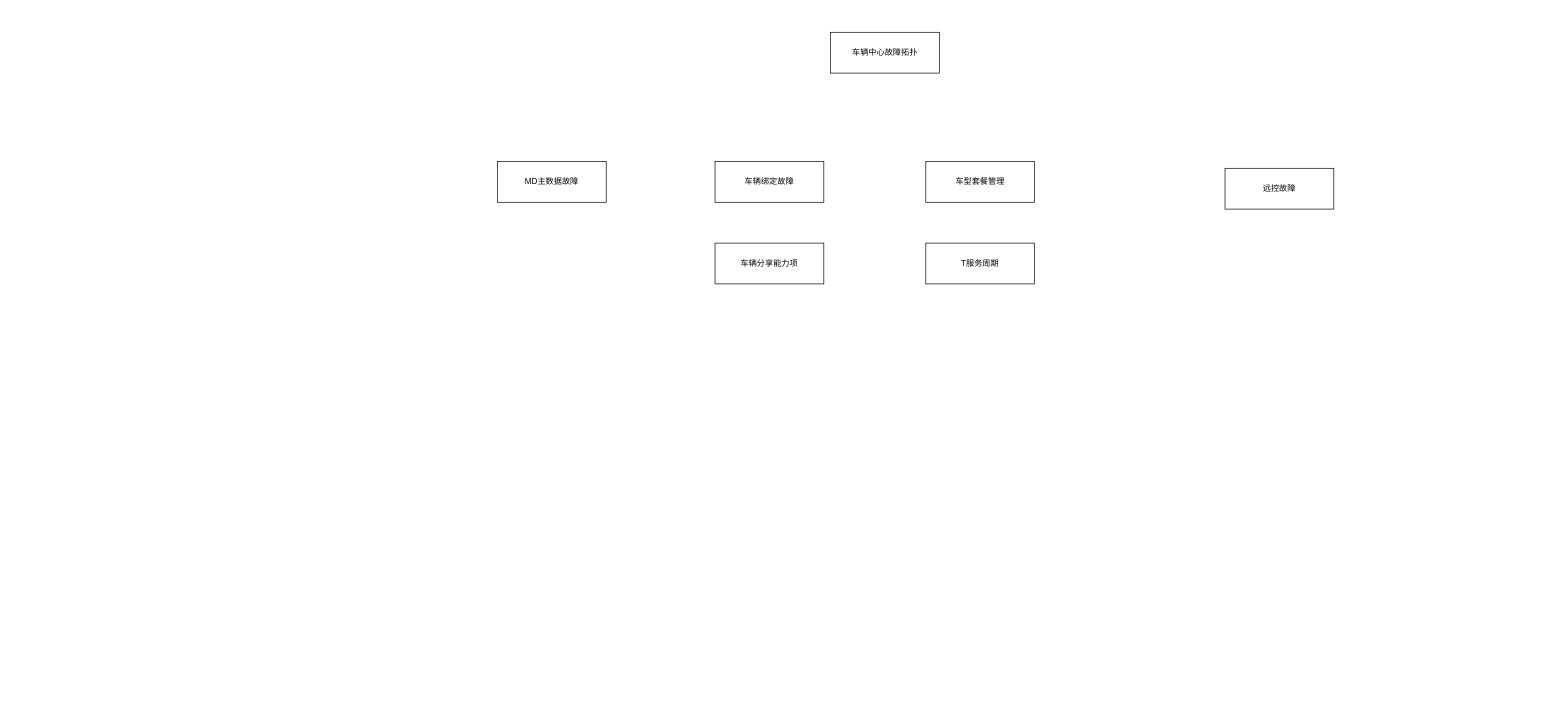
tengxiao/zabbix-report keeps this draw.io diagram as 车辆中心故障拓扑.drawio. Above is the earlier version. Source tidied: cells renumbered, new cells numbered last; positions are measured from the earlier drawing's top-left corner, leaving out a move shared by most shapes. Both pictures are drawn from the tidied source at 68%, with x=0, y=0 at pixel (497, 32). Pictures stored in the file or linked from it are replaced by grey dashed boxes.
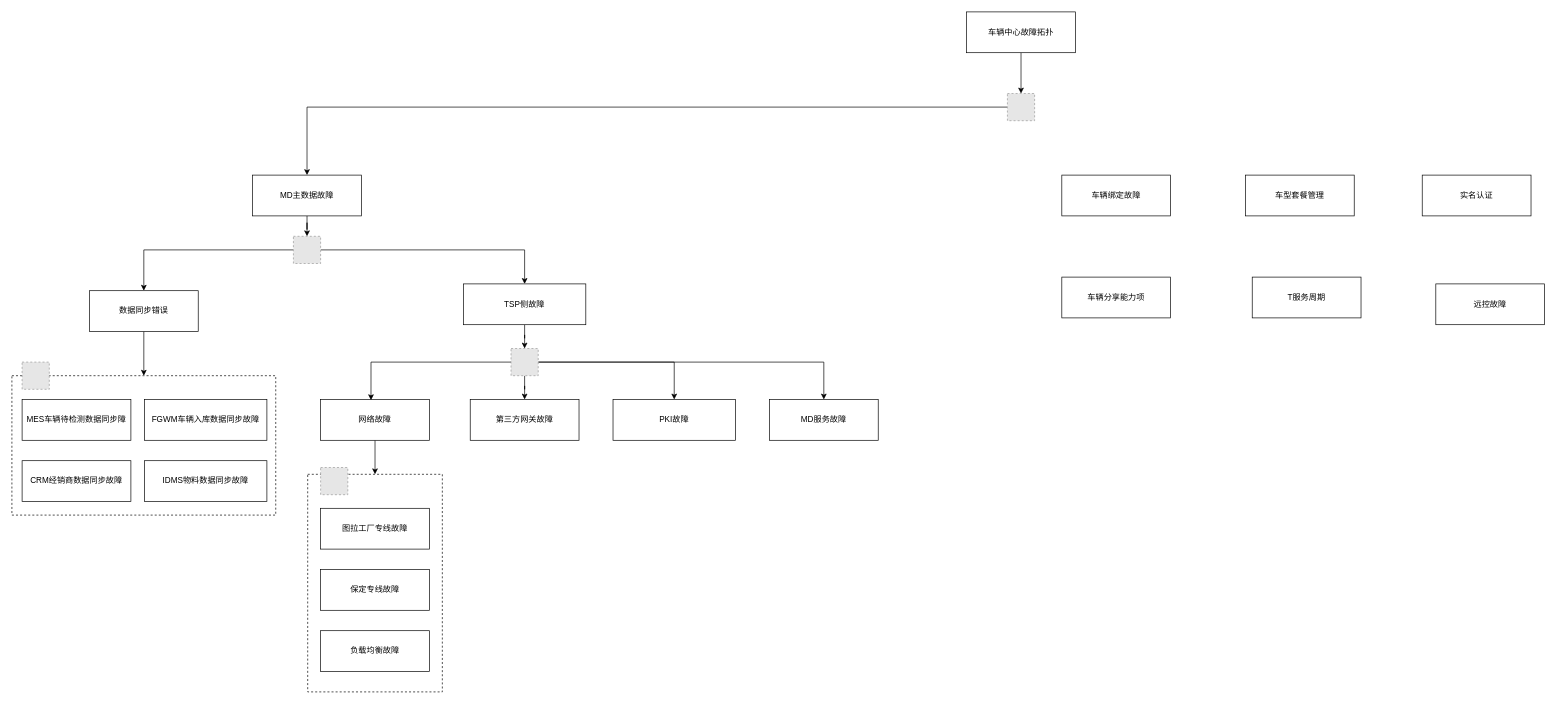
Above is the later version.

Commit message:
更新车辆中心故障拓扑.drawio

What changed in the source:
```diff
@@
+    <mxCell id="9" style="rounded=0;whiteSpace=wrap;html=1;dashed=1;" parent="1" vertex="1">
+      <mxGeometry x="-279" y="650" width="198" height="320" as="geometry" />
+    </mxCell>
+    <mxCell id="10" style="rounded=0;whiteSpace=wrap;html=1;dashed=1;" parent="1" vertex="1">
+      <mxGeometry x="-714" y="505" width="388" height="205" as="geometry" />
+    </mxCell>
+    <mxCell id="11" style="edgeStyle=orthogonalEdgeStyle;rounded=0;jettySize=auto;html=1;" parent="1" edge="1" source="2" target="15">
+      <mxGeometry relative="1" as="geometry" />
+    </mxCell>
     <mxCell id="2" value="车辆中心故障拓扑" style="whiteSpace=wrap;html=1;" parent="1" vertex="1">
-      <mxGeometry x="490" width="160" height="60" as="geometry" />
+      <mxGeometry x="690" y="-30" width="160" height="60" as="geometry" />
     </mxCell>
+    <mxCell id="12" style="edgeStyle=orthogonalEdgeStyle;rounded=0;jettySize=auto;html=1;" parent="1" edge="1" source="3" target="20">
+      <mxGeometry relative="1" as="geometry" />
+    </mxCell>
     <mxCell id="3" value="MD主数据故障" style="whiteSpace=wrap;html=1;" parent="1" vertex="1">
-      <mxGeometry y="190" width="160" height="60" as="geometry" />
+      <mxGeometry x="-360" y="210" width="160" height="60" as="geometry" />
     </mxCell>
     <mxCell id="4" value="远控故障" style="whiteSpace=wrap;html=1;" parent="1" vertex="1">
-      <mxGeometry x="1070" y="200" width="160" height="60" as="geometry" />
+      <mxGeometry x="1380" y="370" width="160" height="60" as="geometry" />
     </mxCell>
     <mxCell id="5" value="车辆绑定故障" style="whiteSpace=wrap;html=1;" parent="1" vertex="1">
-      <mxGeometry x="320" y="190" width="160" height="60" as="geometry" />
+      <mxGeometry x="830" y="210" width="160" height="60" as="geometry" />
     </mxCell>
     <mxCell id="6" value="车型套餐管理" style="whiteSpace=wrap;html=1;" parent="1" vertex="1">
-      <mxGeometry x="630" y="190" width="160" height="60" as="geometry" />
+      <mxGeometry x="1100" y="210" width="160" height="60" as="geometry" />
     </mxCell>
     <mxCell id="7" value="T服务周期" style="whiteSpace=wrap;html=1;" parent="1" vertex="1">
-      <mxGeometry x="630" y="310" width="160" height="60" as="geometry" />
+      <mxGeometry x="1110" y="360" width="160" height="60" as="geometry" />
     </mxCell>
     <mxCell id="8" value="车辆分享能力项" style="whiteSpace=wrap;html=1;" parent="1" vertex="1">
-      <mxGeometry x="320" y="310" width="160" height="60" as="geometry" />
+      <mxGeometry x="830" y="360" width="160" height="60" as="geometry" />
     </mxCell>
+    <mxCell id="13" value="实名认证" style="whiteSpace=wrap;html=1;" parent="1" vertex="1">
+      <mxGeometry x="1360" y="210" width="160" height="60" as="geometry" />
+    </mxCell>
+    <mxCell id="14" style="edgeStyle=orthogonalEdgeStyle;rounded=0;jettySize=auto;html=1;" parent="1" edge="1" source="15" target="3">
+      <mxGeometry relative="1" as="geometry" />
+    </mxCell>
+    <mxCell id="15" style="fillColor=#E6E6E6;strokeColor=#999999;dashed=1;verticalLabelPosition=bottom;verticalAlign=top;" parent="1" vertex="1">
+      <mxGeometry x="750" y="90" width="40" height="40" as="geometry" />
+    </mxCell>
+    <mxCell id="16" value="MES车辆待检测数据同步障" style="whiteSpace=wrap;html=1;" parent="1" vertex="1">
+      <mxGeometry x="-699" y="540" width="160" height="60" as="geometry" />
+    </mxCell>
+    <mxCell id="17" value="CRM经销商数据同步故障" style="whiteSpace=wrap;html=1;" parent="1" vertex="1">
+      <mxGeometry x="-699" y="630" width="160" height="60" as="geometry" />
+    </mxCell>
+    <mxCell id="18" style="edgeStyle=orthogonalEdgeStyle;rounded=0;jettySize=auto;html=1;" parent="1" edge="1" source="20" target="27">
+      <mxGeometry relative="1" as="geometry" />
+    </mxCell>
+    <mxCell id="19" style="edgeStyle=orthogonalEdgeStyle;rounded=0;jettySize=auto;html=1;" parent="1" edge="1" source="20" target="30">
+      <mxGeometry relative="1" as="geometry" />
+    </mxCell>
+    <mxCell id="20" style="fillColor=#E6E6E6;strokeColor=#999999;dashed=1;verticalLabelPosition=bottom;verticalAlign=top;" parent="1" vertex="1">
+      <mxGeometry x="-300" y="300" width="40" height="40" as="geometry" />
+    </mxCell>
+    <mxCell id="21" style="edgeStyle=orthogonalEdgeStyle;rounded=0;jettySize=auto;html=1;" parent="1" edge="1" source="22" target="9">
+      <mxGeometry relative="1" as="geometry" />
+    </mxCell>
+    <mxCell id="22" value="网络故障" style="whiteSpace=wrap;html=1;" parent="1" vertex="1">
+      <mxGeometry x="-260" y="540" width="160" height="60" as="geometry" />
+    </mxCell>
+    <mxCell id="23" value="FGWM车辆入库数据同步故障" style="whiteSpace=wrap;html=1;" parent="1" vertex="1">
+      <mxGeometry x="-519" y="540" width="180" height="60" as="geometry" />
+    </mxCell>
+    <mxCell id="24" value="PKI故障" style="whiteSpace=wrap;html=1;" parent="1" vertex="1">
+      <mxGeometry x="170" y="540" width="180" height="60" as="geometry" />
+    </mxCell>
+    <mxCell id="25" value="IDMS物料数据同步故障" style="whiteSpace=wrap;html=1;" parent="1" vertex="1">
+      <mxGeometry x="-519" y="630" width="180" height="60" as="geometry" />
+    </mxCell>
+    <mxCell id="26" style="edgeStyle=orthogonalEdgeStyle;rounded=0;jettySize=auto;html=1;entryX=0.5;entryY=0;entryDx=0;entryDy=0;" parent="1" edge="1" source="27" target="10">
+      <mxGeometry relative="1" as="geometry" />
+    </mxCell>
+    <mxCell id="27" value="数据同步错误" style="whiteSpace=wrap;html=1;" parent="1" vertex="1">
+      <mxGeometry x="-600" y="380" width="160" height="60" as="geometry" />
+    </mxCell>
+    <mxCell id="28" style="fillColor=#E6E6E6;strokeColor=#999999;dashed=1;verticalLabelPosition=bottom;verticalAlign=top;" parent="1" vertex="1">
+      <mxGeometry x="-699" y="485" width="40" height="40" as="geometry" />
+    </mxCell>
+    <mxCell id="29" style="edgeStyle=orthogonalEdgeStyle;rounded=0;jettySize=auto;html=1;" parent="1" edge="1" source="30" target="35">
+      <mxGeometry relative="1" as="geometry" />
+    </mxCell>
+    <mxCell id="30" value="TSP侧故障" style="whiteSpace=wrap;html=1;" parent="1" vertex="1">
+      <mxGeometry x="-50" y="370" width="180" height="60" as="geometry" />
+    </mxCell>
+    <mxCell id="31" style="edgeStyle=orthogonalEdgeStyle;rounded=0;jettySize=auto;html=1;entryX=0.463;entryY=0.017;entryDx=0;entryDy=0;entryPerimeter=0;" parent="1" edge="1" source="35" target="22">
+      <mxGeometry relative="1" as="geometry" />
+    </mxCell>
+    <mxCell id="32" style="edgeStyle=orthogonalEdgeStyle;rounded=0;jettySize=auto;html=1;" parent="1" edge="1" source="35" target="37">
+      <mxGeometry relative="1" as="geometry" />
+    </mxCell>
+    <mxCell id="33" style="edgeStyle=orthogonalEdgeStyle;rounded=0;jettySize=auto;html=1;" parent="1" edge="1" source="35" target="24">
+      <mxGeometry relative="1" as="geometry" />
+    </mxCell>
+    <mxCell id="34" style="edgeStyle=orthogonalEdgeStyle;rounded=0;jettySize=auto;html=1;" parent="1" edge="1" source="35" target="36">
+      <mxGeometry relative="1" as="geometry" />
+    </mxCell>
+    <mxCell id="35" style="fillColor=#E6E6E6;strokeColor=#999999;dashed=1;verticalLabelPosition=bottom;verticalAlign=top;" parent="1" vertex="1">
+      <mxGeometry x="20" y="465" width="40" height="40" as="geometry" />
+    </mxCell>
+    <mxCell id="36" value="MD服务故障" style="whiteSpace=wrap;html=1;" parent="1" vertex="1">
+      <mxGeometry x="400" y="540" width="160" height="60" as="geometry" />
+    </mxCell>
+    <mxCell id="37" value="第三方网关故障" style="whiteSpace=wrap;html=1;" parent="1" vertex="1">
+      <mxGeometry x="-40" y="540" width="160" height="60" as="geometry" />
+    </mxCell>
+    <mxCell id="38" value="图拉工厂专线故障" style="whiteSpace=wrap;html=1;" parent="1" vertex="1">
+      <mxGeometry x="-260" y="700" width="160" height="60" as="geometry" />
+    </mxCell>
+    <mxCell id="39" style="fillColor=#E6E6E6;strokeColor=#999999;dashed=1;verticalLabelPosition=bottom;verticalAlign=top;" parent="1" vertex="1">
+      <mxGeometry x="-260" y="640" width="40" height="40" as="geometry" />
+    </mxCell>
+    <mxCell id="40" value="保定专线故障" style="whiteSpace=wrap;html=1;" parent="1" vertex="1">
+      <mxGeometry x="-260" y="790" width="160" height="60" as="geometry" />
+    </mxCell>
+    <mxCell id="41" value="负载均衡故障" style="whiteSpace=wrap;html=1;" parent="1" vertex="1">
+      <mxGeometry x="-260" y="880" width="160" height="60" as="geometry" />
+    </mxCell>
```
